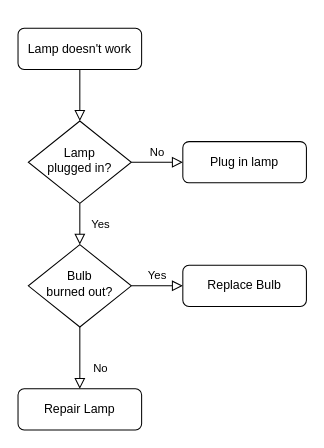
16savage/Kavtarev-Artem-Algoritm keeps this draw.io diagram as Диаграмма без названия.drawio. Above is the earlier version. Source tidied: cells renumbered, new cells numbered last; positions are measured from the earlier drawing's top-left corner, leaving out a move shared by most shapes. Both pictures are drawn from the tidied source at 103%, with x=0, y=0 at pixel (18, 28).
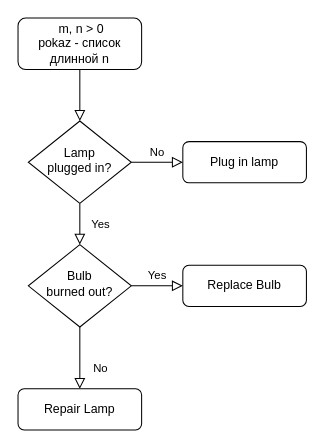
The same page after the edit.

The edit, as a diff of the source:
```diff
@@
 <mxGraphModel>
   <root>
     <mxCell id="0" />
     <mxCell id="1" parent="0" />
     <mxCell id="2" style="rounded=0;html=1;jettySize=auto;fontSize=11;endArrow=block;endFill=0;endSize=8;strokeWidth=1;shadow=0;labelBackgroundColor=none;edgeStyle=orthogonalEdgeStyle;" parent="1" edge="1" source="3" target="6">
       <mxGeometry relative="1" as="geometry" />
     </mxCell>
-    <mxCell id="3" value="Lamp doesn't work" style="rounded=1;whiteSpace=wrap;html=1;fontSize=12;glass=0;strokeWidth=1;shadow=0;" parent="1" vertex="1">
-      <mxGeometry width="120" height="40" as="geometry" />
+    <mxCell id="3" value="&amp;nbsp;m, n &amp;gt; 0&lt;br&gt;pokaz - список&lt;br&gt;длинной n&lt;br&gt;" style="rounded=1;whiteSpace=wrap;html=1;fontSize=12;glass=0;strokeWidth=1;shadow=0;" parent="1" vertex="1">
+      <mxGeometry y="-10" width="120" height="50" as="geometry" />
     </mxCell>
     <mxCell id="4" value="Yes" style="rounded=0;html=1;jettySize=auto;fontSize=11;endArrow=block;endFill=0;endSize=8;strokeWidth=1;shadow=0;labelBackgroundColor=none;edgeStyle=orthogonalEdgeStyle;" parent="1" edge="1" source="6" target="10">
       <mxGeometry y="20" relative="1" as="geometry" />
     </mxCell>
     <mxCell id="5" value="No" style="edgeStyle=orthogonalEdgeStyle;rounded=0;html=1;jettySize=auto;fontSize=11;endArrow=block;endFill=0;endSize=8;strokeWidth=1;shadow=0;labelBackgroundColor=none;" parent="1" edge="1" source="6" target="7">
       <mxGeometry y="10" relative="1" as="geometry" />
     </mxCell>
     <mxCell id="6" value="Lamp&lt;br&gt;plugged in?" style="rhombus;whiteSpace=wrap;html=1;shadow=0;fontFamily=Helvetica;fontSize=12;align=center;strokeWidth=1;spacing=6;spacingTop=-4;" parent="1" vertex="1">
       <mxGeometry x="10" y="90" width="100" height="80" as="geometry" />
     </mxCell>
     <mxCell id="7" value="Plug in lamp" style="rounded=1;whiteSpace=wrap;html=1;fontSize=12;glass=0;strokeWidth=1;shadow=0;" parent="1" vertex="1">
       <mxGeometry x="160" y="110" width="120" height="40" as="geometry" />
     </mxCell>
     <mxCell id="8" value="No" style="rounded=0;html=1;jettySize=auto;fontSize=11;endArrow=block;endFill=0;endSize=8;strokeWidth=1;shadow=0;labelBackgroundColor=none;edgeStyle=orthogonalEdgeStyle;" parent="1" edge="1" source="10" target="11">
       <mxGeometry x="0.33" y="20" relative="1" as="geometry" />
     </mxCell>
     <mxCell id="9" value="Yes" style="edgeStyle=orthogonalEdgeStyle;rounded=0;html=1;jettySize=auto;fontSize=11;endArrow=block;endFill=0;endSize=8;strokeWidth=1;shadow=0;labelBackgroundColor=none;" parent="1" edge="1" source="10" target="12">
       <mxGeometry y="10" relative="1" as="geometry" />
     </mxCell>
     <mxCell id="10" value="Bulb&lt;br&gt;burned out?" style="rhombus;whiteSpace=wrap;html=1;shadow=0;fontFamily=Helvetica;fontSize=12;align=center;strokeWidth=1;spacing=6;spacingTop=-4;" parent="1" vertex="1">
       <mxGeometry x="10" y="210" width="100" height="80" as="geometry" />
     </mxCell>
     <mxCell id="11" value="Repair Lamp" style="rounded=1;whiteSpace=wrap;html=1;fontSize=12;glass=0;strokeWidth=1;shadow=0;" parent="1" vertex="1">
       <mxGeometry y="350" width="120" height="40" as="geometry" />
     </mxCell>
     <mxCell id="12" value="Replace Bulb" style="rounded=1;whiteSpace=wrap;html=1;fontSize=12;glass=0;strokeWidth=1;shadow=0;" parent="1" vertex="1">
       <mxGeometry x="160" y="230" width="120" height="40" as="geometry" />
     </mxCell>
   </root>
 </mxGraphModel>
```
